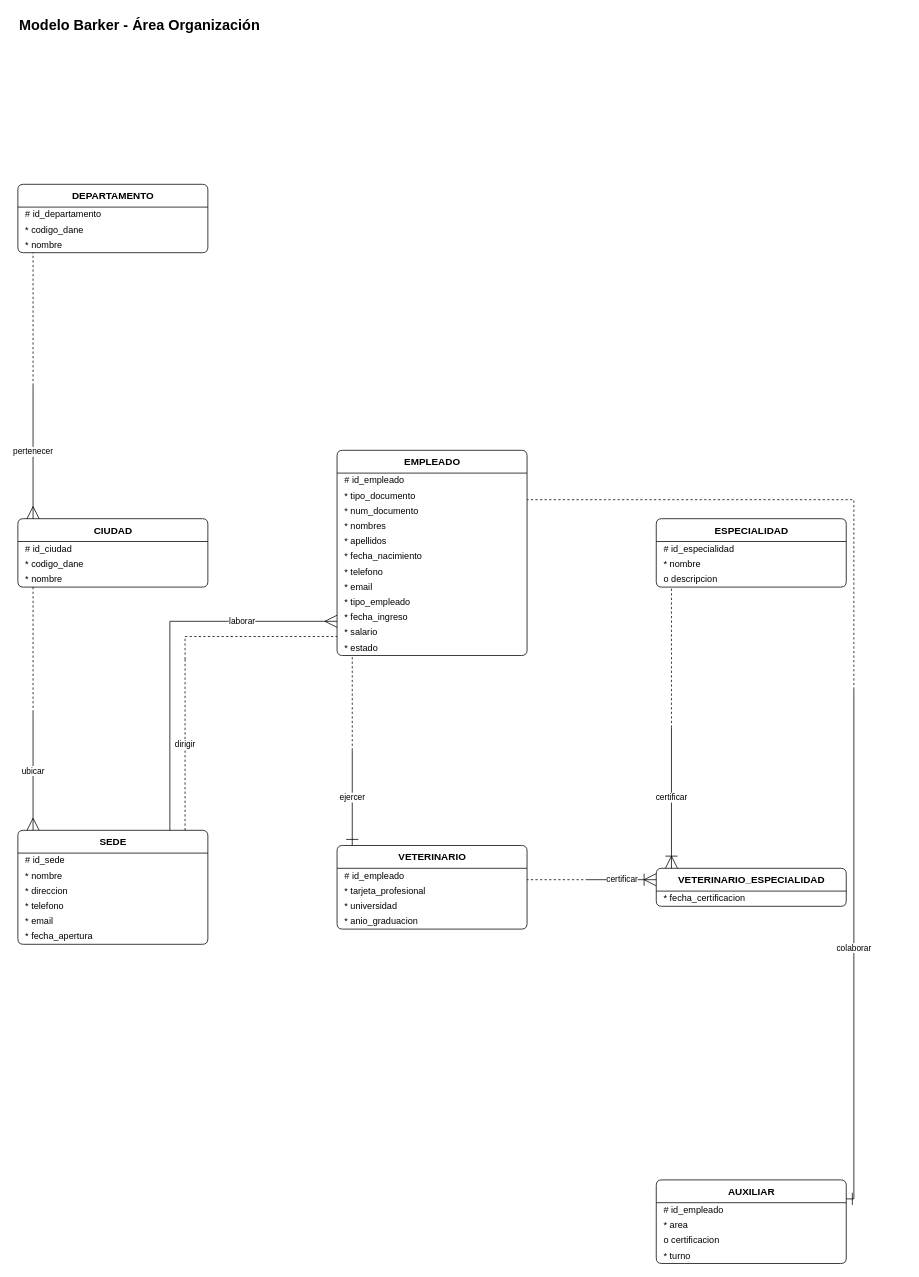
Earlier version of the draw.io diagram documentos/fase1/diagramas_drawio/16_Barker_Organizacion.drawio (Estarlan/proyecto-bd1-sigevet). Source tidied: cells renumbered, new cells numbered last; positions are measured from the earlier drawing's top-left corner, leaving out a move shared by most shapes. Both pictures are drawn from the tidied source at 76%, with x=0, y=0 at pixel (17, 13).
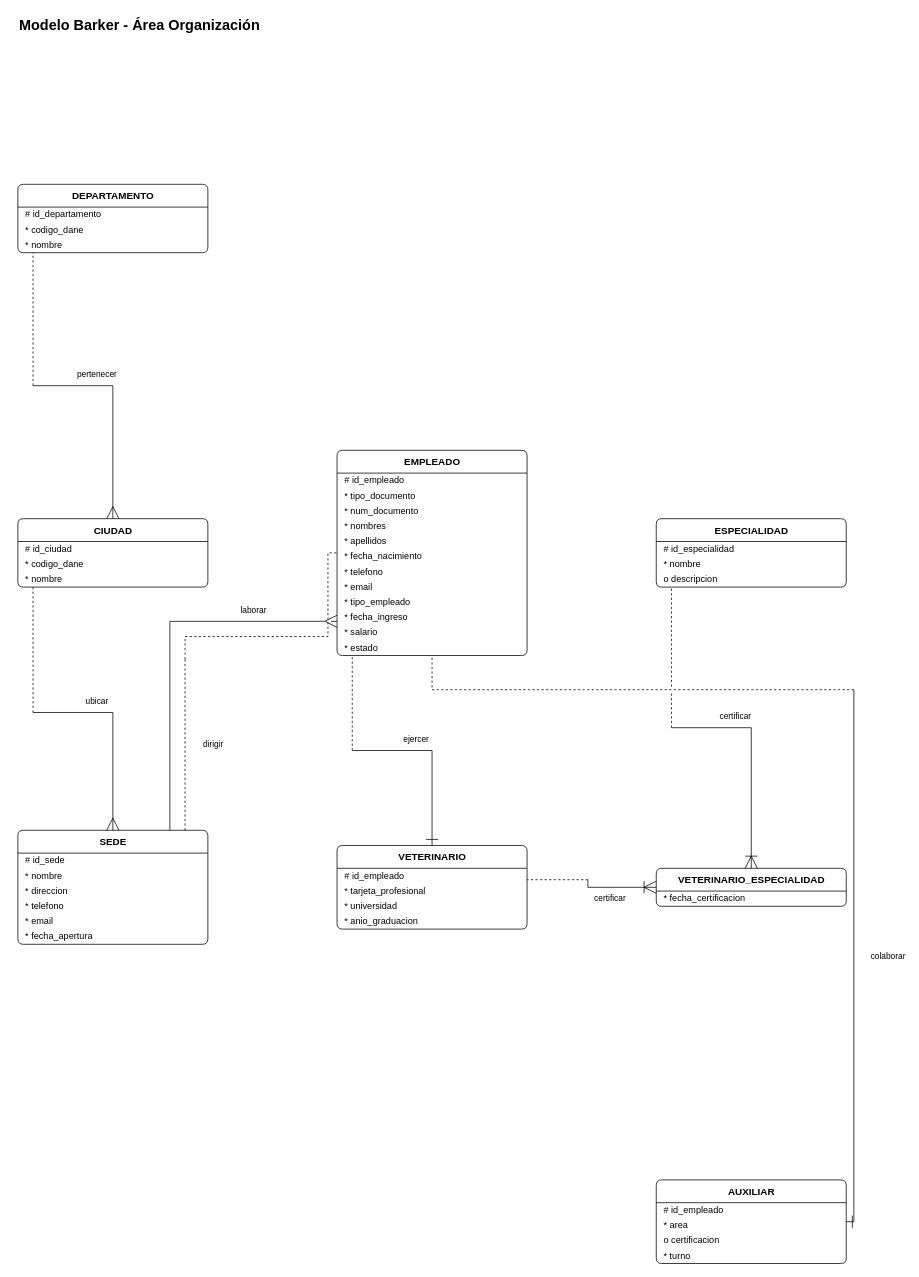
Above is the later version.

Unchanged cells that the change refers to:
```xml
<mxCell id="3" value="DEPARTAMENTO" style="swimlane;fontStyle=1;horizontal=1;startSize=30;html=1;fillColor=none;swimlaneFillColor=none;fontSize=13;rounded=1;arcSize=8;" parent="1" vertex="1">
  <mxGeometry y="225" width="250" height="90" as="geometry" />
</mxCell>
<mxCell id="7" value="CIUDAD" style="swimlane;fontStyle=1;horizontal=1;startSize=30;html=1;fillColor=none;swimlaneFillColor=none;fontSize=13;rounded=1;arcSize=8;" parent="1" vertex="1">
  <mxGeometry y="665" width="250" height="90" as="geometry" />
</mxCell>
<mxCell id="11" value="SEDE" style="swimlane;fontStyle=1;horizontal=1;startSize=30;html=1;fillColor=none;swimlaneFillColor=none;fontSize=13;rounded=1;arcSize=8;" parent="1" vertex="1">
  <mxGeometry y="1075" width="250" height="150" as="geometry" />
</mxCell>
<mxCell id="18" value="EMPLEADO" style="swimlane;fontStyle=1;horizontal=1;startSize=30;html=1;fillColor=none;swimlaneFillColor=none;fontSize=13;rounded=1;arcSize=8;" parent="1" vertex="1">
  <mxGeometry x="420" y="575" width="250" height="270" as="geometry" />
</mxCell>
<mxCell id="31" value="VETERINARIO" style="swimlane;fontStyle=1;horizontal=1;startSize=30;html=1;fillColor=none;swimlaneFillColor=none;fontSize=13;rounded=1;arcSize=8;" parent="1" vertex="1">
  <mxGeometry x="420" y="1095" width="250" height="110" as="geometry" />
</mxCell>
<mxCell id="36" value="AUXILIAR" style="swimlane;fontStyle=1;horizontal=1;startSize=30;html=1;fillColor=none;swimlaneFillColor=none;fontSize=13;rounded=1;arcSize=8;" parent="1" vertex="1">
  <mxGeometry x="840" y="1535" width="250" height="110" as="geometry" />
</mxCell>
<mxCell id="41" value="ESPECIALIDAD" style="swimlane;fontStyle=1;horizontal=1;startSize=30;html=1;fillColor=none;swimlaneFillColor=none;fontSize=13;rounded=1;arcSize=8;" parent="1" vertex="1">
  <mxGeometry x="840" y="665" width="250" height="90" as="geometry" />
</mxCell>
<mxCell id="45" value="VETERINARIO_ESPECIALIDAD" style="swimlane;fontStyle=1;horizontal=1;startSize=30;html=1;fillColor=none;swimlaneFillColor=none;fontSize=13;rounded=1;arcSize=8;" parent="1" vertex="1">
  <mxGeometry x="840" y="1125" width="250" height="50" as="geometry" />
</mxCell>
<mxCell id="47" style="shape=waypoint;fillColor=none;strokeColor=none;size=1;perimeter=centerPerimeter;" parent="1" vertex="1">
  <mxGeometry x="19" y="489" width="2" height="2" as="geometry" />
</mxCell>
<mxCell id="50" style="shape=waypoint;fillColor=none;strokeColor=none;size=1;perimeter=centerPerimeter;" parent="1" vertex="1">
  <mxGeometry x="19" y="919" width="2" height="2" as="geometry" />
</mxCell>
<mxCell id="53" style="shape=waypoint;fillColor=none;strokeColor=none;size=1;perimeter=centerPerimeter;" parent="1" vertex="1">
  <mxGeometry x="219" y="849" width="2" height="2" as="geometry" />
</mxCell>
<mxCell id="56" style="shape=waypoint;fillColor=none;strokeColor=none;size=1;perimeter=centerPerimeter;" parent="1" vertex="1">
  <mxGeometry x="199" y="829" width="2" height="2" as="geometry" />
</mxCell>
<mxCell id="59" style="shape=waypoint;fillColor=none;strokeColor=none;size=1;perimeter=centerPerimeter;" parent="1" vertex="1">
  <mxGeometry x="439" y="969" width="2" height="2" as="geometry" />
</mxCell>
<mxCell id="62" style="shape=waypoint;fillColor=none;strokeColor=none;size=1;perimeter=centerPerimeter;" parent="1" vertex="1">
  <mxGeometry x="1099" y="889" width="2" height="2" as="geometry" />
</mxCell>
<mxCell id="65" style="shape=waypoint;fillColor=none;strokeColor=none;size=1;perimeter=centerPerimeter;" parent="1" vertex="1">
  <mxGeometry x="749" y="1139" width="2" height="2" as="geometry" />
</mxCell>
<mxCell id="68" style="shape=waypoint;fillColor=none;strokeColor=none;size=1;perimeter=centerPerimeter;" parent="1" vertex="1">
  <mxGeometry x="859" y="939" width="2" height="2" as="geometry" />
</mxCell>
```

What changed in the source:
```diff
@@
-    <mxCell id="48" value="pertenecer" style="html=1;endArrow=none;fontSize=12;labelBackgroundColor=default;startArrow=ERmany;startFill=0;startSize=14;fontSize=11;jumpStyle=gap;jumpSize=8;edgeStyle=none;rounded=0;exitX=0.08000000;exitY=0.00000000;exitPerimeter=0;entryX=0.5;entryY=0.5;entryPerimeter=0;" parent="1" edge="1" source="7" target="47">
-      <mxGeometry relative="1" as="geometry">
+    <mxCell id="48" value="pertenecer" style="html=1;endArrow=none;fontSize=12;labelBackgroundColor=default;startArrow=ERmany;startFill=0;startSize=14;fontSize=11;jumpStyle=gap;jumpSize=8;edgeStyle=none;rounded=0;exitX=0.08000000;exitY=0.00000000;exitPerimeter=0;entryX=0.5;entryY=0.5;entryPerimeter=0;exitX=0.50000000;exitY=0.00000000;exitPerimeter=0;entryX=0.50000000;entryY=0.50000000;entryPerimeter=0;" parent="1" edge="1" source="7" target="47">
+      <mxGeometry x="0.4" relative="1" as="geometry">
         <Array as="points">
-          <mxPoint x="20" y="640" />
+          <mxPoint x="125" y="665" />
+          <mxPoint x="125" y="490" />
           <mxPoint x="20" y="490" />
         </Array>
+        <mxPoint y="-15.1" as="offset" />
       </mxGeometry>
     </mxCell>
-    <mxCell id="49" style="html=1;endArrow=none;fontSize=12;labelBackgroundColor=default;dashed=1;jumpStyle=gap;jumpSize=8;edgeStyle=none;rounded=0;exitX=0.5;exitY=0.5;exitPerimeter=0;entryX=0.08000000;entryY=1.00000000;entryPerimeter=0;" parent="1" edge="1" source="47" target="3">
+    <mxCell id="49" style="html=1;endArrow=none;fontSize=12;labelBackgroundColor=default;dashed=1;jumpStyle=gap;jumpSize=8;edgeStyle=none;rounded=0;exitX=0.5;exitY=0.5;exitPerimeter=0;entryX=0.08000000;entryY=1.00000000;entryPerimeter=0;exitX=0.50000000;exitY=0.50000000;exitPerimeter=0;entryX=0.08000000;entryY=1.00000000;entryPerimeter=0;" parent="1" edge="1" source="47" target="3">
       <mxGeometry relative="1" as="geometry">
         <Array as="points">
           <mxPoint x="20" y="490" />
-          <mxPoint x="20" y="340" />
+          <mxPoint x="20" y="315" />
         </Array>
       </mxGeometry>
     </mxCell>
@@
-    <mxCell id="51" value="ubicar" style="html=1;endArrow=none;fontSize=12;labelBackgroundColor=default;startArrow=ERmany;startFill=0;startSize=14;fontSize=11;jumpStyle=gap;jumpSize=8;edgeStyle=none;rounded=0;exitX=0.08000000;exitY=0.00000000;exitPerimeter=0;entryX=0.5;entryY=0.5;entryPerimeter=0;" parent="1" edge="1" source="11" target="50">
-      <mxGeometry relative="1" as="geometry">
+    <mxCell id="51" value="ubicar" style="html=1;endArrow=none;fontSize=12;labelBackgroundColor=default;startArrow=ERmany;startFill=0;startSize=14;fontSize=11;jumpStyle=gap;jumpSize=8;edgeStyle=none;rounded=0;exitX=0.08000000;exitY=0.00000000;exitPerimeter=0;entryX=0.5;entryY=0.5;entryPerimeter=0;exitX=0.50000000;exitY=0.00000000;exitPerimeter=0;entryX=0.50000000;entryY=0.50000000;entryPerimeter=0;" parent="1" edge="1" source="11" target="50">
+      <mxGeometry x="0.35" relative="1" as="geometry">
         <Array as="points">
-          <mxPoint x="20" y="1060" />
+          <mxPoint x="125" y="1075" />
+          <mxPoint x="125" y="920" />
           <mxPoint x="20" y="920" />
         </Array>
+        <mxPoint y="-15.1" as="offset" />
       </mxGeometry>
     </mxCell>
-    <mxCell id="52" style="html=1;endArrow=none;fontSize=12;labelBackgroundColor=default;dashed=1;jumpStyle=gap;jumpSize=8;edgeStyle=none;rounded=0;exitX=0.5;exitY=0.5;exitPerimeter=0;entryX=0.08000000;entryY=1.00000000;entryPerimeter=0;" parent="1" edge="1" source="50" target="7">
+    <mxCell id="52" style="html=1;endArrow=none;fontSize=12;labelBackgroundColor=default;dashed=1;jumpStyle=gap;jumpSize=8;edgeStyle=none;rounded=0;exitX=0.5;exitY=0.5;exitPerimeter=0;entryX=0.08000000;entryY=1.00000000;entryPerimeter=0;exitX=0.50000000;exitY=0.50000000;exitPerimeter=0;entryX=0.08000000;entryY=1.00000000;entryPerimeter=0;" parent="1" edge="1" source="50" target="7">
       <mxGeometry relative="1" as="geometry">
         <Array as="points">
           <mxPoint x="20" y="920" />
-          <mxPoint x="20" y="780" />
+          <mxPoint x="20" y="755" />
         </Array>
       </mxGeometry>
     </mxCell>
@@
-    <mxCell id="54" value="dirigir" style="html=1;endArrow=none;fontSize=12;labelBackgroundColor=default;dashed=1;startArrow=none;startFill=0;startSize=14;fontSize=11;jumpStyle=gap;jumpSize=8;edgeStyle=none;rounded=0;exitX=0.88000000;exitY=0.00000000;exitPerimeter=0;entryX=0.5;entryY=0.5;entryPerimeter=0;" parent="1" edge="1" source="11" target="53">
+    <mxCell id="54" value="dirigir" style="html=1;endArrow=none;fontSize=12;labelBackgroundColor=default;dashed=1;startArrow=none;startFill=0;startSize=14;fontSize=11;jumpStyle=gap;jumpSize=8;edgeStyle=none;rounded=0;exitX=0.88000000;exitY=0.00000000;exitPerimeter=0;entryX=0.5;entryY=0.5;entryPerimeter=0;exitX=0.88000000;exitY=0.00000000;exitPerimeter=0;entryX=0.50000000;entryY=0.50000000;entryPerimeter=0;" parent="1" edge="1" source="11" target="53">
       <mxGeometry relative="1" as="geometry">
         <Array as="points">
-          <mxPoint x="220" y="1060" />
+          <mxPoint x="220" y="1075" />
           <mxPoint x="220" y="850" />
         </Array>
+        <mxPoint x="37.3" as="offset" />
       </mxGeometry>
     </mxCell>
-    <mxCell id="55" style="html=1;endArrow=none;fontSize=12;labelBackgroundColor=default;dashed=1;jumpStyle=gap;jumpSize=8;edgeStyle=none;rounded=0;exitX=0.5;exitY=0.5;exitPerimeter=0;entryX=0.00000000;entryY=0.90740741;entryPerimeter=0;" parent="1" edge="1" source="53" target="18">
+    <mxCell id="55" style="html=1;endArrow=none;fontSize=12;labelBackgroundColor=default;dashed=1;jumpStyle=gap;jumpSize=8;edgeStyle=none;rounded=0;exitX=0.5;exitY=0.5;exitPerimeter=0;entryX=0.00000000;entryY=0.90740741;entryPerimeter=0;exitX=0.50000000;exitY=0.50000000;exitPerimeter=0;entryX=0.00000000;entryY=0.50000000;entryPerimeter=0;" parent="1" edge="1" source="53" target="18">
       <mxGeometry relative="1" as="geometry">
         <Array as="points">
           <mxPoint x="220" y="850" />
           <mxPoint x="220" y="820" />
-          <mxPoint x="400" y="820" />
+          <mxPoint x="408" y="820" />
+          <mxPoint x="408" y="710" />
+          <mxPoint x="420" y="710" />
         </Array>
       </mxGeometry>
     </mxCell>
@@
-    <mxCell id="57" value="laborar" style="html=1;endArrow=none;fontSize=12;labelBackgroundColor=default;startArrow=ERmany;startFill=0;startSize=14;fontSize=11;jumpStyle=gap;jumpSize=8;edgeStyle=none;rounded=0;exitX=0.00000000;exitY=0.83333333;exitPerimeter=0;entryX=0.5;entryY=0.5;entryPerimeter=0;" parent="1" edge="1" source="18" target="56">
-      <mxGeometry relative="1" as="geometry">
+    <mxCell id="57" value="laborar" style="html=1;endArrow=none;fontSize=12;labelBackgroundColor=default;startArrow=ERmany;startFill=0;startSize=14;fontSize=11;jumpStyle=gap;jumpSize=8;edgeStyle=none;rounded=0;exitX=0.00000000;exitY=0.83333333;exitPerimeter=0;entryX=0.5;entryY=0.5;entryPerimeter=0;exitX=0.00000000;exitY=0.83333333;exitPerimeter=0;entryX=0.50000000;entryY=0.50000000;entryPerimeter=0;" parent="1" edge="1" source="18" target="56">
+      <mxGeometry x="-0.12" relative="1" as="geometry">
         <Array as="points">
-          <mxPoint x="400" y="800" />
+          <mxPoint x="420" y="800" />
           <mxPoint x="200" y="800" />
           <mxPoint x="200" y="830" />
         </Array>
+        <mxPoint y="-15.1" as="offset" />
       </mxGeometry>
     </mxCell>
-    <mxCell id="58" style="html=1;endArrow=none;fontSize=12;labelBackgroundColor=default;jumpStyle=gap;jumpSize=8;edgeStyle=none;rounded=0;exitX=0.5;exitY=0.5;exitPerimeter=0;entryX=0.80000000;entryY=0.00000000;entryPerimeter=0;" parent="1" edge="1" source="56" target="11">
+    <mxCell id="58" style="html=1;endArrow=none;fontSize=12;labelBackgroundColor=default;jumpStyle=gap;jumpSize=8;edgeStyle=none;rounded=0;exitX=0.5;exitY=0.5;exitPerimeter=0;entryX=0.80000000;entryY=0.00000000;entryPerimeter=0;exitX=0.50000000;exitY=0.50000000;exitPerimeter=0;entryX=0.80000000;entryY=0.00000000;entryPerimeter=0;" parent="1" edge="1" source="56" target="11">
       <mxGeometry relative="1" as="geometry">
         <Array as="points">
           <mxPoint x="200" y="830" />
-          <mxPoint x="200" y="1060" />
+          <mxPoint x="200" y="1075" />
         </Array>
       </mxGeometry>
     </mxCell>
@@
-    <mxCell id="60" value="ejercer" style="html=1;endArrow=none;fontSize=12;labelBackgroundColor=default;startArrow=ERone;startFill=0;startSize=14;fontSize=11;jumpStyle=gap;jumpSize=8;edgeStyle=none;rounded=0;exitX=0.08000000;exitY=0.00000000;exitPerimeter=0;entryX=0.5;entryY=0.5;entryPerimeter=0;" parent="1" edge="1" source="31" target="59">
-      <mxGeometry relative="1" as="geometry">
+    <mxCell id="60" value="ejercer" style="html=1;endArrow=none;fontSize=12;labelBackgroundColor=default;startArrow=ERone;startFill=0;startSize=14;fontSize=11;jumpStyle=gap;jumpSize=8;edgeStyle=none;rounded=0;exitX=0.08000000;exitY=0.00000000;exitPerimeter=0;entryX=0.5;entryY=0.5;entryPerimeter=0;exitX=0.50000000;exitY=0.00000000;exitPerimeter=0;entryX=0.50000000;entryY=0.50000000;entryPerimeter=0;" parent="1" edge="1" source="31" target="59">
+      <mxGeometry x="0.27" relative="1" as="geometry">
         <Array as="points">
-          <mxPoint x="440" y="1080" />
+          <mxPoint x="545" y="1095" />
+          <mxPoint x="545" y="970" />
           <mxPoint x="440" y="970" />
         </Array>
+        <mxPoint y="-15.1" as="offset" />
       </mxGeometry>
     </mxCell>
-    <mxCell id="61" style="html=1;endArrow=none;fontSize=12;labelBackgroundColor=default;dashed=1;jumpStyle=gap;jumpSize=8;edgeStyle=none;rounded=0;exitX=0.5;exitY=0.5;exitPerimeter=0;entryX=0.08000000;entryY=1.00000000;entryPerimeter=0;" parent="1" edge="1" source="59" target="18">
+    <mxCell id="61" style="html=1;endArrow=none;fontSize=12;labelBackgroundColor=default;dashed=1;jumpStyle=gap;jumpSize=8;edgeStyle=none;rounded=0;exitX=0.5;exitY=0.5;exitPerimeter=0;entryX=0.08000000;entryY=1.00000000;entryPerimeter=0;exitX=0.50000000;exitY=0.50000000;exitPerimeter=0;entryX=0.08000000;entryY=1.00000000;entryPerimeter=0;" parent="1" edge="1" source="59" target="18">
       <mxGeometry relative="1" as="geometry">
         <Array as="points">
           <mxPoint x="440" y="970" />
-          <mxPoint x="440" y="860" />
+          <mxPoint x="440" y="845" />
         </Array>
       </mxGeometry>
     </mxCell>
@@
-    <mxCell id="63" value="colaborar" style="html=1;endArrow=none;fontSize=12;labelBackgroundColor=default;startArrow=ERone;startFill=0;startSize=14;fontSize=11;jumpStyle=gap;jumpSize=8;edgeStyle=none;rounded=0;exitX=1.00000000;exitY=0.22727273;exitPerimeter=0;entryX=0.5;entryY=0.5;entryPerimeter=0;" parent="1" edge="1" source="36" target="62">
-      <mxGeometry relative="1" as="geometry">
+    <mxCell id="63" value="colaborar" style="html=1;endArrow=none;fontSize=12;labelBackgroundColor=default;startArrow=ERone;startFill=0;startSize=14;fontSize=11;jumpStyle=gap;jumpSize=8;edgeStyle=none;rounded=0;exitX=1.00000000;exitY=0.22727273;exitPerimeter=0;entryX=0.5;entryY=0.5;entryPerimeter=0;exitX=1.00000000;exitY=0.50000000;exitPerimeter=0;entryX=0.50000000;entryY=0.50000000;entryPerimeter=0;" parent="1" edge="1" source="36" target="62">
+      <mxGeometry x="0.01" relative="1" as="geometry">
         <Array as="points">
-          <mxPoint x="1100" y="1560" />
+          <mxPoint x="1090" y="1590" />
+          <mxPoint x="1100" y="1590" />
           <mxPoint x="1100" y="890" />
         </Array>
+        <mxPoint x="45.1" as="offset" />
       </mxGeometry>
     </mxCell>
-    <mxCell id="64" style="html=1;endArrow=none;fontSize=12;labelBackgroundColor=default;dashed=1;jumpStyle=gap;jumpSize=8;edgeStyle=none;rounded=0;exitX=0.5;exitY=0.5;exitPerimeter=0;entryX=1.00000000;entryY=0.24074074;entryPerimeter=0;" parent="1" edge="1" source="62" target="18">
+    <mxCell id="64" style="html=1;endArrow=none;fontSize=12;labelBackgroundColor=default;dashed=1;jumpStyle=gap;jumpSize=8;edgeStyle=none;rounded=0;exitX=0.5;exitY=0.5;exitPerimeter=0;entryX=1.00000000;entryY=0.24074074;entryPerimeter=0;exitX=0.50000000;exitY=0.50000000;exitPerimeter=0;entryX=0.50000000;entryY=1.00000000;entryPerimeter=0;" parent="1" edge="1" source="62" target="18">
       <mxGeometry relative="1" as="geometry">
         <Array as="points">
           <mxPoint x="1100" y="890" />
-          <mxPoint x="1100" y="640" />
-          <mxPoint x="680" y="640" />
+          <mxPoint x="545" y="890" />
+          <mxPoint x="545" y="845" />
         </Array>
       </mxGeometry>
     </mxCell>
@@
-    <mxCell id="66" value="certificar" style="html=1;endArrow=none;fontSize=12;labelBackgroundColor=default;startArrow=ERoneToMany;startFill=0;startSize=14;fontSize=11;jumpStyle=gap;jumpSize=8;edgeStyle=none;rounded=0;exitX=0.00000000;exitY=0.30000000;exitPerimeter=0;entryX=0.5;entryY=0.5;entryPerimeter=0;" parent="1" edge="1" source="45" target="65">
-      <mxGeometry relative="1" as="geometry">
+    <mxCell id="66" value="certificar" style="html=1;endArrow=none;fontSize=12;labelBackgroundColor=default;startArrow=ERoneToMany;startFill=0;startSize=14;fontSize=11;jumpStyle=gap;jumpSize=8;edgeStyle=none;rounded=0;exitX=0.00000000;exitY=0.30000000;exitPerimeter=0;entryX=0.5;entryY=0.5;entryPerimeter=0;exitX=0.00000000;exitY=0.50000000;exitPerimeter=0;entryX=0.50000000;entryY=0.50000000;entryPerimeter=0;" parent="1" edge="1" source="45" target="65">
+      <mxGeometry x="0.21" relative="1" as="geometry">
         <Array as="points">
-          <mxPoint x="820" y="1140" />
+          <mxPoint x="840" y="1150" />
+          <mxPoint x="750" y="1150" />
           <mxPoint x="750" y="1140" />
         </Array>
+        <mxPoint y="15.1" as="offset" />
       </mxGeometry>
     </mxCell>
-    <mxCell id="67" style="html=1;endArrow=none;fontSize=12;labelBackgroundColor=default;dashed=1;jumpStyle=gap;jumpSize=8;edgeStyle=none;rounded=0;exitX=0.5;exitY=0.5;exitPerimeter=0;entryX=1.00000000;entryY=0.40909091;entryPerimeter=0;" parent="1" edge="1" source="65" target="31">
+    <mxCell id="67" style="html=1;endArrow=none;fontSize=12;labelBackgroundColor=default;dashed=1;jumpStyle=gap;jumpSize=8;edgeStyle=none;rounded=0;exitX=0.5;exitY=0.5;exitPerimeter=0;entryX=1.00000000;entryY=0.40909091;entryPerimeter=0;exitX=0.50000000;exitY=0.50000000;exitPerimeter=0;entryX=1.00000000;entryY=0.40909091;entryPerimeter=0;" parent="1" edge="1" source="65" target="31">
       <mxGeometry relative="1" as="geometry">
         <Array as="points">
           <mxPoint x="750" y="1140" />
-          <mxPoint x="680" y="1140" />
+          <mxPoint x="670" y="1140" />
         </Array>
       </mxGeometry>
     </mxCell>
@@
-    <mxCell id="69" value="certificar" style="html=1;endArrow=none;fontSize=12;labelBackgroundColor=default;startArrow=ERoneToMany;startFill=0;startSize=14;fontSize=11;jumpStyle=gap;jumpSize=8;edgeStyle=none;rounded=0;exitX=0.08000000;exitY=0.00000000;exitPerimeter=0;entryX=0.5;entryY=0.5;entryPerimeter=0;" parent="1" edge="1" source="45" target="68">
-      <mxGeometry relative="1" as="geometry">
+    <mxCell id="69" value="certificar" style="html=1;endArrow=none;fontSize=12;labelBackgroundColor=default;startArrow=ERoneToMany;startFill=0;startSize=14;fontSize=11;jumpStyle=gap;jumpSize=8;edgeStyle=none;rounded=0;exitX=0.08000000;exitY=0.00000000;exitPerimeter=0;entryX=0.5;entryY=0.5;entryPerimeter=0;exitX=0.50000000;exitY=0.00000000;exitPerimeter=0;entryX=0.50000000;entryY=0.50000000;entryPerimeter=0;" parent="1" edge="1" source="45" target="68">
+      <mxGeometry x="0.42" relative="1" as="geometry">
         <Array as="points">
-          <mxPoint x="860" y="1100" />
+          <mxPoint x="965" y="1125" />
+          <mxPoint x="965" y="940" />
           <mxPoint x="860" y="940" />
         </Array>
+        <mxPoint y="-15.1" as="offset" />
       </mxGeometry>
     </mxCell>
-    <mxCell id="70" style="html=1;endArrow=none;fontSize=12;labelBackgroundColor=default;dashed=1;jumpStyle=gap;jumpSize=8;edgeStyle=none;rounded=0;exitX=0.5;exitY=0.5;exitPerimeter=0;entryX=0.08000000;entryY=1.00000000;entryPerimeter=0;" parent="1" edge="1" source="68" target="41">
+    <mxCell id="70" style="html=1;endArrow=none;fontSize=12;labelBackgroundColor=default;dashed=1;jumpStyle=gap;jumpSize=8;edgeStyle=none;rounded=0;exitX=0.5;exitY=0.5;exitPerimeter=0;entryX=0.08000000;entryY=1.00000000;entryPerimeter=0;exitX=0.50000000;exitY=0.50000000;exitPerimeter=0;entryX=0.08000000;entryY=1.00000000;entryPerimeter=0;" parent="1" edge="1" source="68" target="41">
       <mxGeometry relative="1" as="geometry">
         <Array as="points">
           <mxPoint x="860" y="940" />
-          <mxPoint x="860" y="780" />
+          <mxPoint x="860" y="755" />
         </Array>
       </mxGeometry>
     </mxCell>
```
